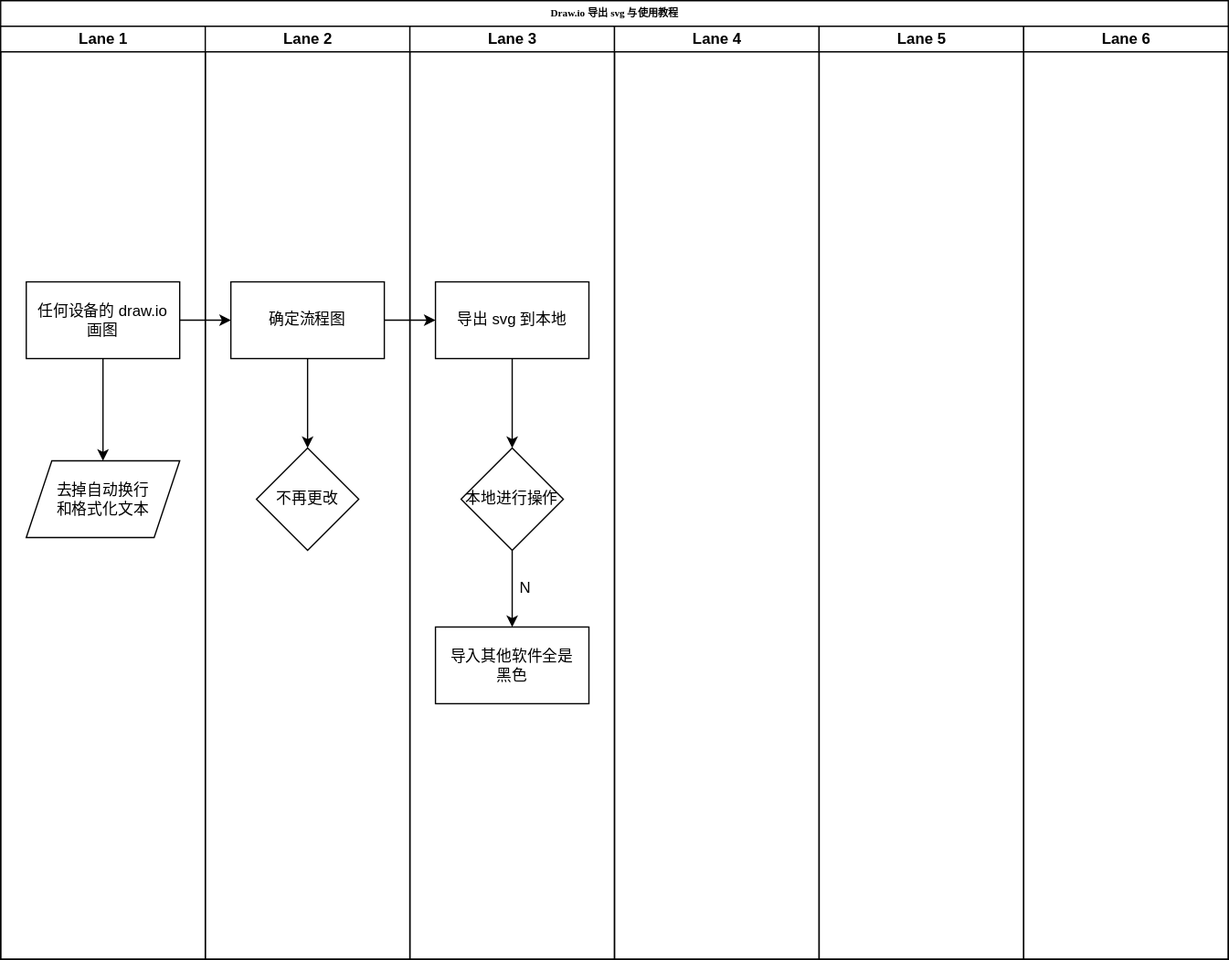
This is Draw.io/draw.io 的导出教程.svg from InoryLwc/ConfigRepo, a draw.io export, as it was before one commit. Source tidied: cells renumbered, new cells last; positions are measured from the earlier drawing's top-left corner, leaving out a move shared by most shapes.
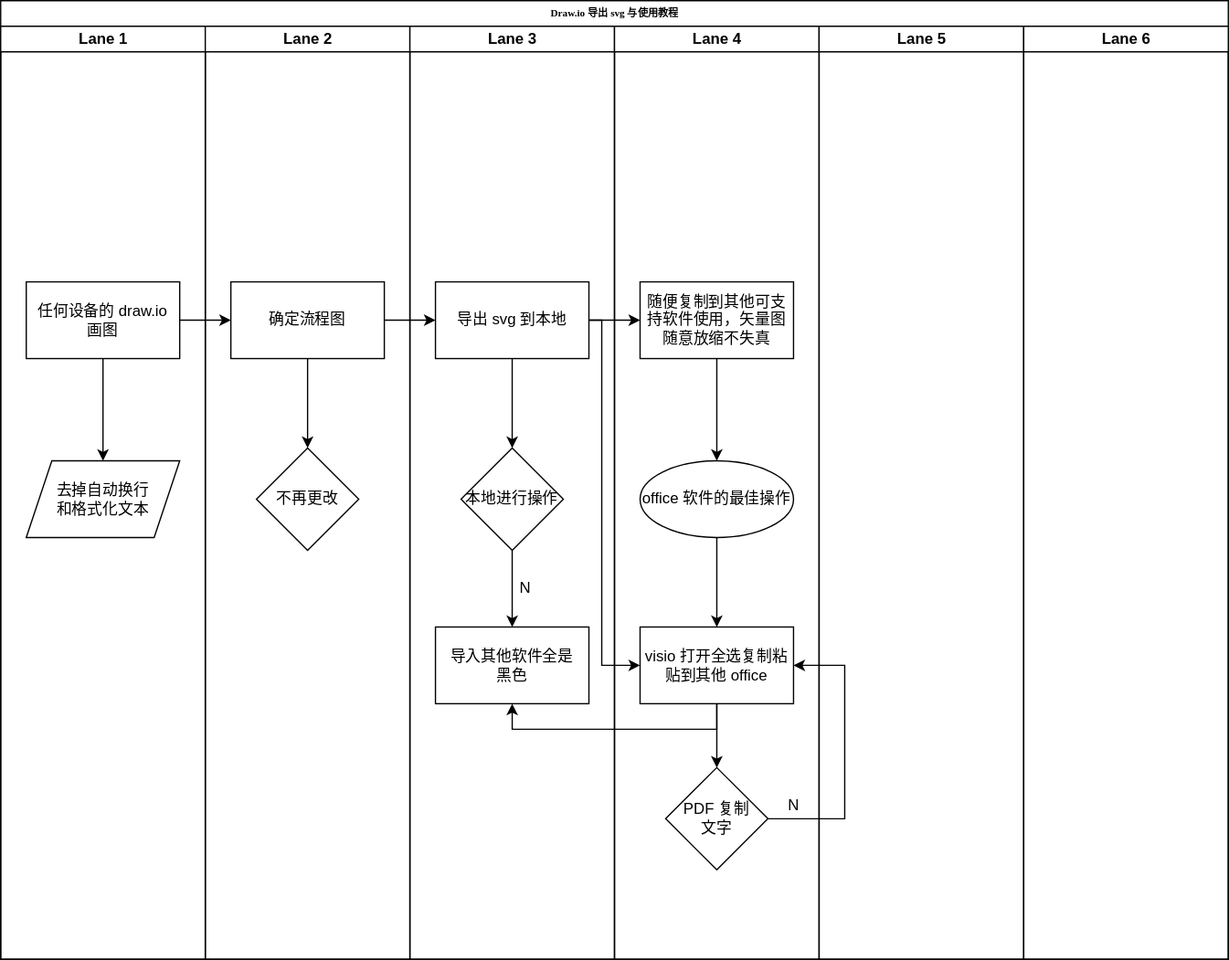
The same diagram one commit later.

Commit message:
更新draw.io 的导出教程.svg

What changed in the source:
```diff
@@ -41,6 +41,26 @@
     <mxCell id="14" value="Lane 4" style="swimlane;html=1;startSize=20;" parent="2" vertex="1">
       <mxGeometry x="480" y="20" width="160" height="730" as="geometry" />
     </mxCell>
+    <mxCell id="23" value="随便复制到其他可支持软件使用，矢量图随意放缩不失真" style="whiteSpace=wrap;html=1;rounded=0;" parent="14" vertex="1">
+      <mxGeometry x="20" y="200" width="120" height="60" as="geometry" />
+    </mxCell>
+    <mxCell id="24" value="visio 打开全选复制粘贴到其他 office" style="whiteSpace=wrap;html=1;rounded=0;" parent="14" vertex="1">
+      <mxGeometry x="20" y="470" width="120" height="60" as="geometry" />
+    </mxCell>
+    <mxCell id="25" style="edgeStyle=orthogonalEdgeStyle;rounded=0;jettySize=auto;html=1;exitX=1;exitY=0.5;exitDx=0;exitDy=0;entryX=1;entryY=0.5;entryDx=0;entryDy=0;" parent="14" edge="1" source="26" target="24">
+      <mxGeometry relative="1" as="geometry">
+        <Array as="points">
+          <mxPoint x="180" y="620" />
+          <mxPoint x="180" y="500" />
+        </Array>
+      </mxGeometry>
+    </mxCell>
+    <mxCell id="26" value="PDF 复制&lt;br&gt;文字" style="rhombus;whiteSpace=wrap;html=1;" parent="14" vertex="1">
+      <mxGeometry x="40" y="580" width="80" height="80" as="geometry" />
+    </mxCell>
+    <mxCell id="27" value="N" style="text;html=1;align=center;verticalAlign=middle;strokeColor=none;fillColor=none;" parent="14" vertex="1">
+      <mxGeometry x="130" y="600" width="20" height="20" as="geometry" />
+    </mxCell>
     <mxCell id="15" value="Lane 5" style="swimlane;html=1;startSize=20;" parent="2" vertex="1">
       <mxGeometry x="640" y="20" width="160" height="730" as="geometry" />
     </mxCell>
@@ -53,6 +73,20 @@
     <mxCell id="18" style="edgeStyle=orthogonalEdgeStyle;rounded=0;jettySize=auto;html=1;" parent="2" edge="1" source="8" target="10">
       <mxGeometry relative="1" as="geometry" />
     </mxCell>
+    <mxCell id="28" style="edgeStyle=orthogonalEdgeStyle;rounded=0;jettySize=auto;html=1;" parent="2" edge="1" source="10" target="23">
+      <mxGeometry relative="1" as="geometry" />
+    </mxCell>
+    <mxCell id="29" style="edgeStyle=orthogonalEdgeStyle;rounded=0;jettySize=auto;html=1;exitX=1;exitY=0.5;exitDx=0;exitDy=0;entryX=0;entryY=0.5;entryDx=0;entryDy=0;" parent="2" edge="1" source="10" target="24">
+      <mxGeometry relative="1" as="geometry">
+        <Array as="points">
+          <mxPoint x="470" y="250" />
+          <mxPoint x="470" y="520" />
+        </Array>
+      </mxGeometry>
+    </mxCell>
+    <mxCell id="30" style="edgeStyle=orthogonalEdgeStyle;rounded=0;jettySize=auto;html=1;exitX=0.5;exitY=1;exitDx=0;exitDy=0;entryX=0.5;entryY=1;entryDx=0;entryDy=0;" parent="2" edge="1" source="24" target="13">
+      <mxGeometry relative="1" as="geometry" />
+    </mxCell>
     <mxCell id="19" value="不再更改" style="rhombus;whiteSpace=wrap;html=1;rounded=0;" parent="1" vertex="1">
       <mxGeometry x="200" y="350" width="80" height="80" as="geometry" />
     </mxCell>
@@ -69,5 +103,19 @@
         <mxPoint x="400" y="350" as="targetPoint" />
       </mxGeometry>
     </mxCell>
+    <mxCell id="31" style="edgeStyle=orthogonalEdgeStyle;rounded=0;jettySize=auto;html=1;" parent="1" edge="1" source="32" target="24">
+      <mxGeometry relative="1" as="geometry" />
+    </mxCell>
+    <mxCell id="32" value="office 软件的最佳操作" style="ellipse;whiteSpace=wrap;html=1;rounded=0;" parent="1" vertex="1">
+      <mxGeometry x="500" y="360" width="120" height="60" as="geometry" />
+    </mxCell>
+    <mxCell id="33" style="edgeStyle=orthogonalEdgeStyle;rounded=0;jettySize=auto;html=1;" parent="1" edge="1" source="23" target="32">
+      <mxGeometry relative="1" as="geometry" />
+    </mxCell>
+    <mxCell id="34" style="edgeStyle=orthogonalEdgeStyle;rounded=0;jettySize=auto;html=1;" parent="1" edge="1" source="24">
+      <mxGeometry relative="1" as="geometry">
+        <mxPoint x="560" y="600" as="targetPoint" />
+      </mxGeometry>
+    </mxCell>
   </root>
 </mxGraphModel>
```
